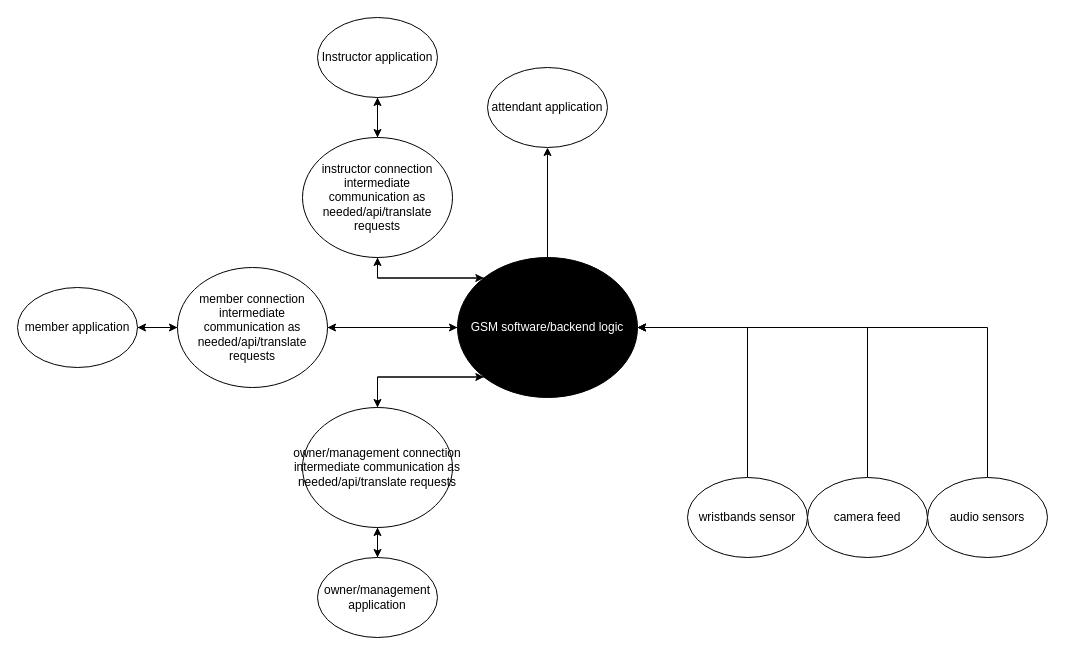
This is documentation/group-docs/communications-rough-drafting.drawio from rlutz1/CS460-Project-2, a draw.io file, before an edit. Source tidied: cells renumbered, new cells numbered last; positions are measured from the earlier drawing's top-left corner, leaving out a move shared by most shapes. Both pictures are drawn from the tidied source at 100%, with x=0, y=0 at pixel (17, 17).
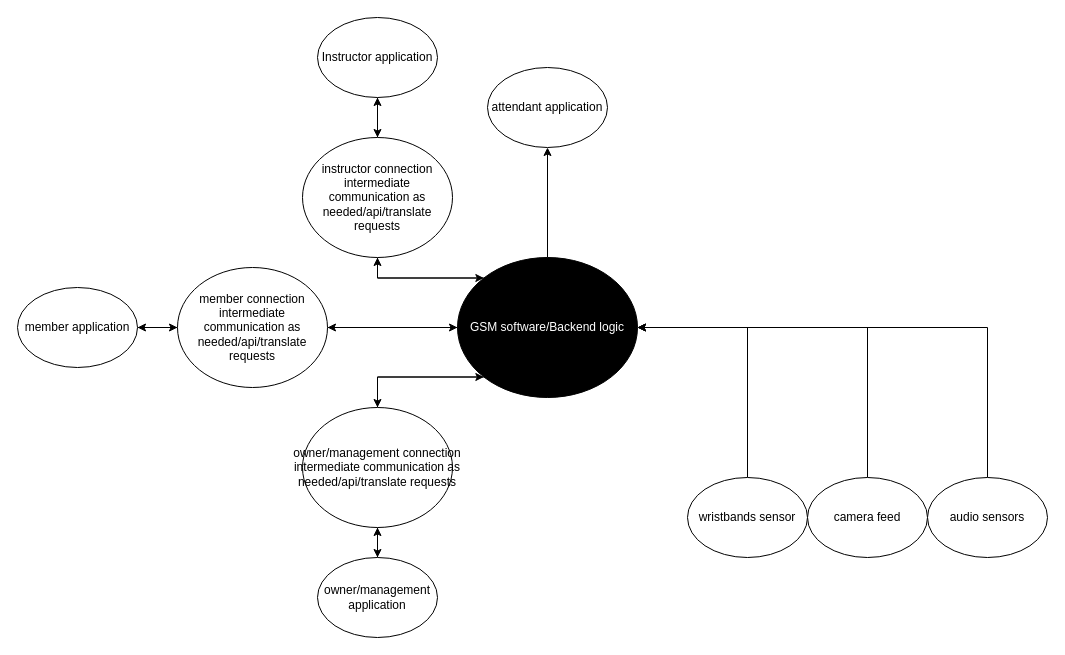
Above is the later version.

Change to the diagram source:
```diff
@@
-    <mxCell id="10" value="&lt;span style=&quot;color: rgb(255, 255, 255);&quot;&gt;GSM software/backend logic&lt;/span&gt;" style="ellipse;whiteSpace=wrap;html=1;fillColor=#000000;" parent="1" vertex="1">
+    <mxCell id="10" value="&lt;span style=&quot;color: rgb(255, 255, 255);&quot;&gt;GSM software/Backend logic&lt;/span&gt;" style="ellipse;whiteSpace=wrap;html=1;fillColor=#000000;" parent="1" vertex="1">
       <mxGeometry x="440" y="240" width="180" height="140" as="geometry" />
     </mxCell>
```
